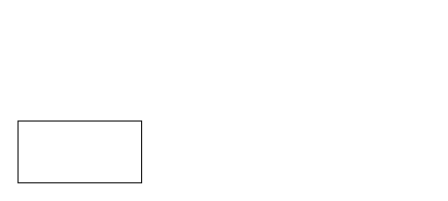
The draw.io diagram 未命名绘图.drawio in yuechao4039/multiPic, before the edit. Source tidied: cells renumbered, new cells numbered last; positions are measured from the earlier drawing's top-left corner, leaving out a move shared by most shapes. Both pictures are drawn from the tidied source at 103%, with x=0, y=0 at pixel (18, 121).
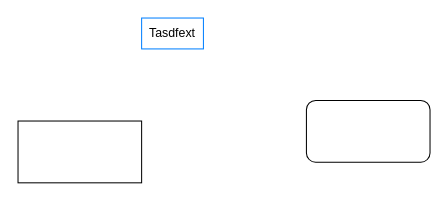
After the change.

Commit message:
更新未命名绘图.drawio

Diff of the diagram source:
```diff
@@
 <mxGraphModel>
   <root>
     <mxCell id="0" />
     <mxCell id="1" parent="0" />
     <mxCell id="2" style="rounded=0;whiteSpace=wrap;html=1;" parent="1" vertex="1">
       <mxGeometry width="120" height="60" as="geometry" />
     </mxCell>
+    <mxCell id="3" style="rounded=1;whiteSpace=wrap;html=1;" parent="1" vertex="1">
+      <mxGeometry x="280" y="-20" width="120" height="60" as="geometry" />
+    </mxCell>
+    <mxCell id="4" value="Tasdfext" style="text;html=1;strokeColor=#007FFF;fillColor=none;align=center;verticalAlign=middle;whiteSpace=wrap;rounded=0;" parent="1" vertex="1">
+      <mxGeometry x="120" y="-100" width="60" height="30" as="geometry" />
+    </mxCell>
   </root>
 </mxGraphModel>
```
